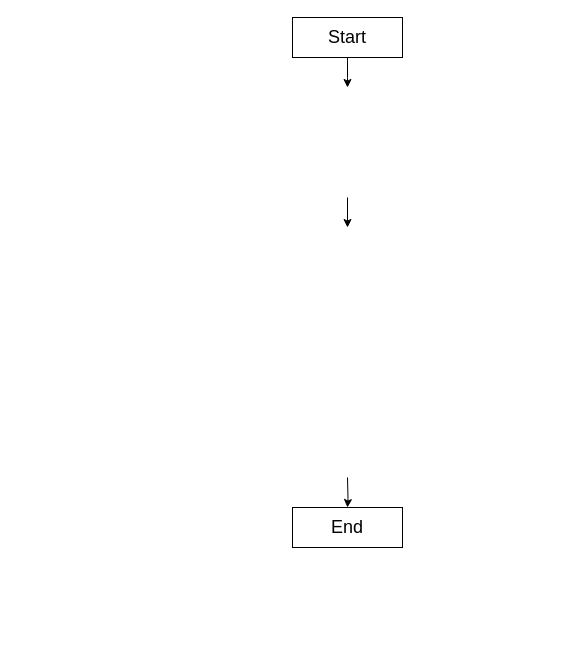
Earlier version of the draw.io diagram Diagrams/Vision System/Vision System FlowChart.drawio (Tesla619/pose3). Source tidied: cells renumbered, new cells numbered last; positions are measured from the earlier drawing's top-left corner, leaving out a move shared by most shapes. Both pictures are drawn from the tidied source at 100%, with x=0, y=0 at pixel (292, 17).
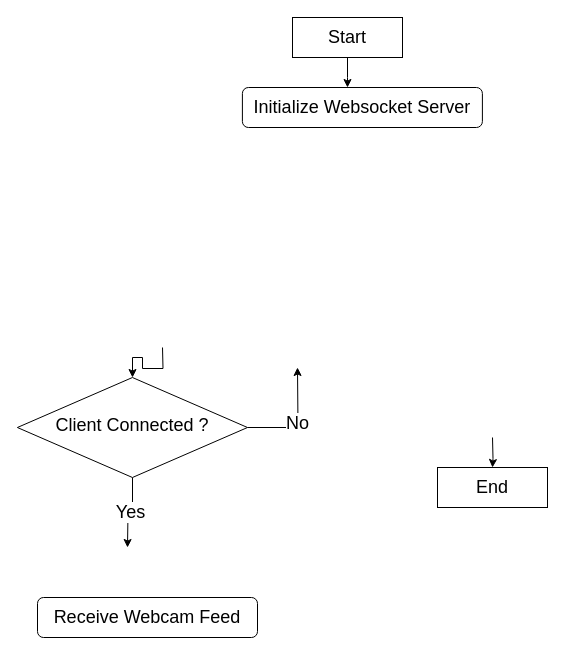
The same diagram, later.

Commit message (it also covers changes not shown here):
laptop update of flowchart

Change to the diagram source:
```diff
@@
-    <mxCell id="6" style="edgeStyle=orthogonalEdgeStyle;rounded=0;orthogonalLoop=1;jettySize=auto;html=1;" parent="1" edge="1">
-      <mxGeometry relative="1" as="geometry">
-        <mxPoint x="55" y="180" as="sourcePoint" />
-        <mxPoint x="55" y="210" as="targetPoint" />
-      </mxGeometry>
-    </mxCell>
@@
     <mxCell id="9" value="End" style="rounded=0;whiteSpace=wrap;html=1;fontSize=18;" parent="1" vertex="1">
-      <mxGeometry y="490" width="110" height="40" as="geometry" />
+      <mxGeometry x="145" y="450" width="110" height="40" as="geometry" />
     </mxCell>
     <mxCell id="10" style="edgeStyle=orthogonalEdgeStyle;rounded=0;jettySize=auto;html=1;" parent="1" edge="1" target="9">
       <mxGeometry relative="1" as="geometry">
-        <mxPoint x="55" y="460" as="sourcePoint" />
+        <mxPoint x="200" y="420" as="sourcePoint" />
       </mxGeometry>
     </mxCell>
+    <mxCell id="11" value="Receive Webcam Feed" style="rounded=1;whiteSpace=wrap;html=1;fontSize=18;" parent="1" vertex="1">
+      <mxGeometry x="-255" y="580" width="220" height="40" as="geometry" />
+    </mxCell>
+    <mxCell id="12" value="Initialize Websocket Server" style="rounded=1;whiteSpace=wrap;html=1;fontSize=18;" parent="1" vertex="1">
+      <mxGeometry x="-50.1" y="70" width="240" height="40" as="geometry" />
+    </mxCell>
+    <mxCell id="13" style="edgeStyle=orthogonalEdgeStyle;rounded=0;jettySize=auto;html=1;" parent="1" edge="1" target="16">
+      <mxGeometry relative="1" as="geometry">
+        <mxPoint x="-130" y="330" as="sourcePoint" />
+      </mxGeometry>
+    </mxCell>
+    <mxCell id="14" value="No&lt;font style=&quot;font-size: 18px;&quot;&gt;&lt;br style=&quot;font-size: 18px;&quot;&gt;&lt;/font&gt;" style="edgeStyle=orthogonalEdgeStyle;rounded=0;jettySize=auto;html=1;fontSize=18;exitX=1;exitY=0.5;exitDx=0;exitDy=0;" parent="1" edge="1" source="16">
+      <mxGeometry relative="1" as="geometry">
+        <mxPoint x="5" y="350" as="targetPoint" />
+      </mxGeometry>
+    </mxCell>
+    <mxCell id="15" value="Yes" style="edgeStyle=orthogonalEdgeStyle;rounded=0;jettySize=auto;html=1;fontSize=18;" parent="1" edge="1" source="16">
+      <mxGeometry relative="1" as="geometry">
+        <mxPoint x="-165" y="530" as="targetPoint" />
+      </mxGeometry>
+    </mxCell>
+    <mxCell id="16" value="Client Connected ?" style="rhombus;whiteSpace=wrap;html=1;shadow=0;fontFamily=Helvetica;fontSize=18;align=center;strokeWidth=1;spacing=6;spacingTop=-4;" parent="1" vertex="1">
+      <mxGeometry x="-275.1" y="360" width="230.1" height="100" as="geometry" />
+    </mxCell>
```
